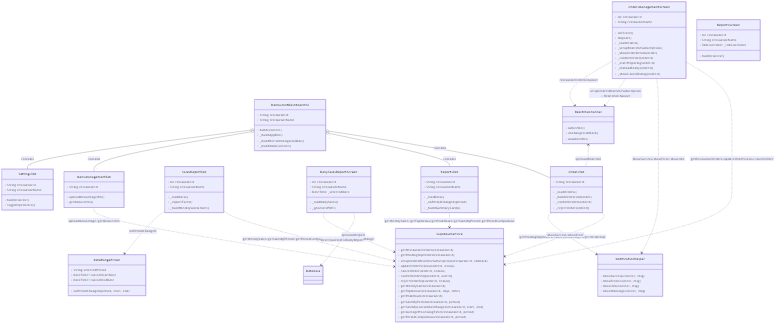
The Mermaid diagram docs/diagrams/class_diagram_dashboard.png in natawigaa/EAT_SCI, before a commit. Its source is kept beside it as docs/diagrams/class_diagram_dashboard.mmd.
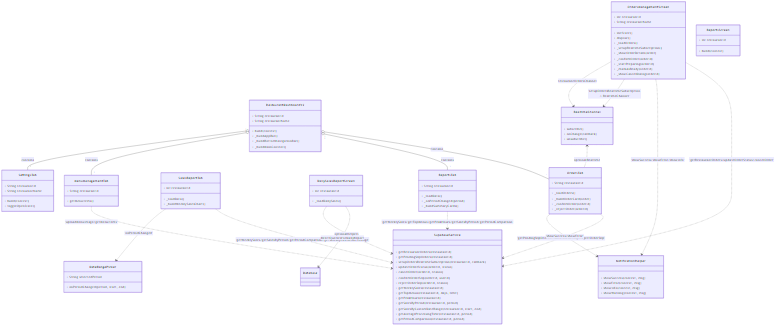
Above is the later version.

Commit message:
chore(diagrams): trim non-essential dashboard classes for readability

Diff of the diagram source:
```diff
@@ -33,7 +33,6 @@
 
     class ReportsTab {
         + String restaurantId
-        + String restaurantName
         + _loadData()
         + _onPeriodChanged(period)
         + _buildSummaryCards()
@@ -41,37 +40,27 @@
 
     class ReportsScreen {
         + int restaurantId
-        + String restaurantName
-        + TabController _tabController
         + build(context)
     }
 
     class SalesReportTab {
         + int restaurantId
-        + String restaurantName
         + _loadData()
-        + _exportExcel()
         + _buildWeeklySalesChart()
     }
 
     class DailySalesReportScreen {
         + int restaurantId
-        + String restaurantName
-        + DateTime _selectedDate
         + _loadDailySales()
-        + _generatePDF()
     }
 
     class DateRangePicker {
         + String selectedPeriod
-        + DateTime? customStartDate
-        + DateTime? customEndDate
         + onPeriodChanged(period, start, end)
     }
 
     class MenuManagementTab {
         + String restaurantId
-        + uploadMenuImage(file)
         + getMenuItems()
     }
 
```
